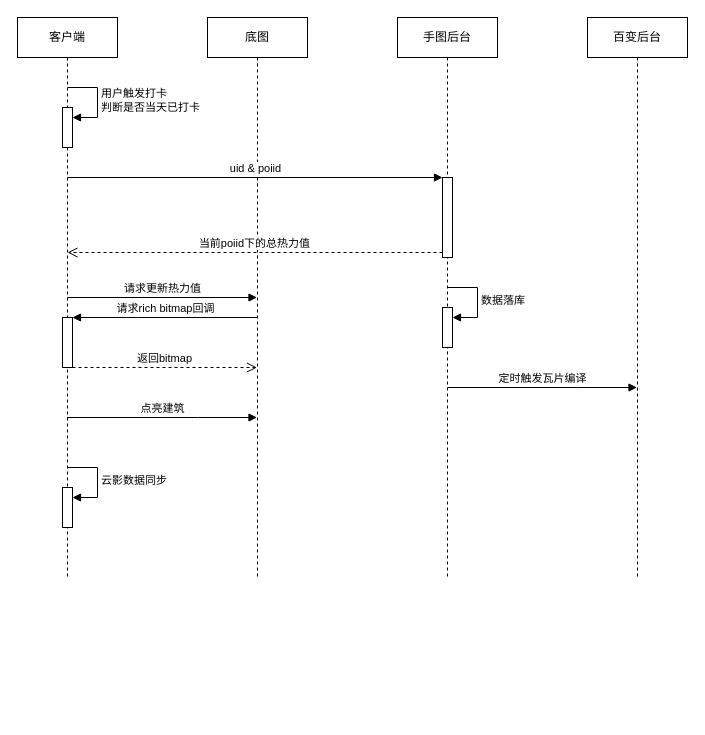
This is page "第 3 页" (3 of 3) of 10.0.drawio from wangziji/graphics, a draw.io file, before an edit. Source tidied: cells renumbered, new cells numbered last; positions are measured from the earlier drawing's top-left corner, leaving out a move shared by most shapes. Both pictures are drawn from the tidied source at 100%, with x=0, y=0 at pixel (17, 17).
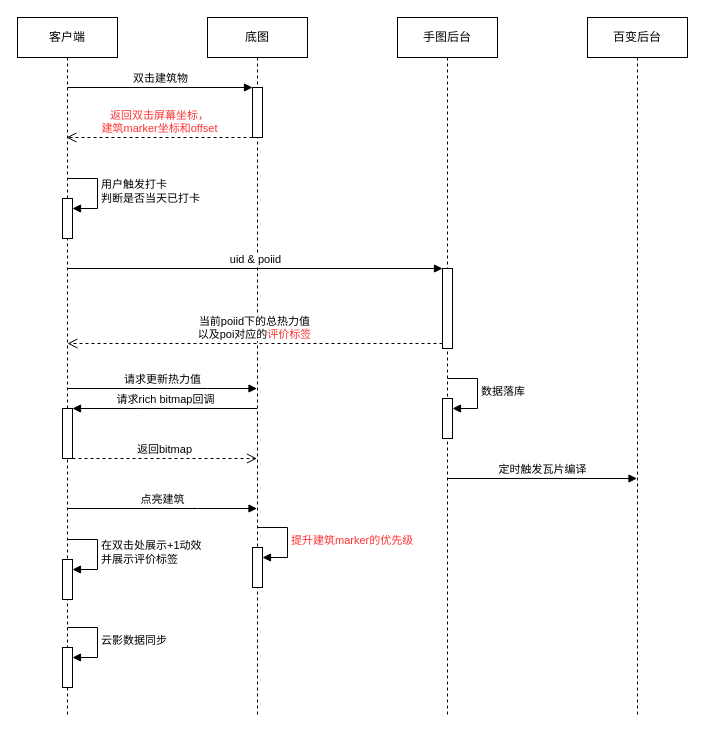
Above is the later version.

Change to the diagram source:
```diff
@@
     <mxCell id="2" value="客户端" style="shape=umlLifeline;perimeter=lifelinePerimeter;whiteSpace=wrap;html=1;outlineConnect=0;portConstraint=eastwest;newEdgeStyle={&quot;edgeStyle&quot;:&quot;elbowEdgeStyle&quot;,&quot;elbow&quot;:&quot;vertical&quot;,&quot;curved&quot;:0,&quot;rounded&quot;:0};" parent="1" vertex="1">
-      <mxGeometry width="100" height="560" as="geometry" />
+      <mxGeometry width="100" height="700" as="geometry" />
     </mxCell>
     <mxCell id="3" style="html=1;points=[];perimeter=orthogonalPerimeter;outlineConnect=0;targetShapes=umlLifeline;portConstraint=eastwest;newEdgeStyle={&quot;edgeStyle&quot;:&quot;elbowEdgeStyle&quot;,&quot;elbow&quot;:&quot;vertical&quot;,&quot;curved&quot;:0,&quot;rounded&quot;:0};" parent="2" vertex="1">
-      <mxGeometry x="45" y="90" width="10" height="40" as="geometry" />
+      <mxGeometry x="45" y="181" width="10" height="40" as="geometry" />
     </mxCell>
     <mxCell id="4" value="用户触发打卡&lt;br&gt;判断是否当天已打卡" style="html=1;align=left;spacingLeft=2;endArrow=block;rounded=0;edgeStyle=orthogonalEdgeStyle;curved=0;rounded=0;" parent="2" edge="1" target="3">
       <mxGeometry relative="1" as="geometry">
-        <mxPoint x="50" y="70" as="sourcePoint" />
+        <mxPoint x="50" y="161" as="sourcePoint" />
         <Array as="points">
-          <mxPoint x="80" y="100" />
+          <mxPoint x="80" y="191" />
         </Array>
       </mxGeometry>
     </mxCell>
     <mxCell id="5" style="html=1;points=[];perimeter=orthogonalPerimeter;outlineConnect=0;targetShapes=umlLifeline;portConstraint=eastwest;newEdgeStyle={&quot;edgeStyle&quot;:&quot;elbowEdgeStyle&quot;,&quot;elbow&quot;:&quot;vertical&quot;,&quot;curved&quot;:0,&quot;rounded&quot;:0};" parent="2" vertex="1">
-      <mxGeometry x="45" y="470" width="10" height="40" as="geometry" />
+      <mxGeometry x="45" y="630" width="10" height="40" as="geometry" />
     </mxCell>
     <mxCell id="6" value="云影数据同步" style="html=1;align=left;spacingLeft=2;endArrow=block;rounded=0;edgeStyle=orthogonalEdgeStyle;curved=0;rounded=0;" parent="2" edge="1" target="5">
       <mxGeometry relative="1" as="geometry">
-        <mxPoint x="50" y="450" as="sourcePoint" />
+        <mxPoint x="50" y="610" as="sourcePoint" />
         <Array as="points">
-          <mxPoint x="80" y="480" />
+          <mxPoint x="80" y="640" />
         </Array>
       </mxGeometry>
     </mxCell>
     <mxCell id="7" style="html=1;points=[];perimeter=orthogonalPerimeter;outlineConnect=0;targetShapes=umlLifeline;portConstraint=eastwest;newEdgeStyle={&quot;edgeStyle&quot;:&quot;elbowEdgeStyle&quot;,&quot;elbow&quot;:&quot;vertical&quot;,&quot;curved&quot;:0,&quot;rounded&quot;:0};" parent="2" vertex="1">
-      <mxGeometry x="45" y="300" width="10" height="50" as="geometry" />
+      <mxGeometry x="45" y="391" width="10" height="50" as="geometry" />
     </mxCell>
+    <mxCell id="21" style="html=1;points=[];perimeter=orthogonalPerimeter;outlineConnect=0;targetShapes=umlLifeline;portConstraint=eastwest;newEdgeStyle={&quot;edgeStyle&quot;:&quot;elbowEdgeStyle&quot;,&quot;elbow&quot;:&quot;vertical&quot;,&quot;curved&quot;:0,&quot;rounded&quot;:0};" parent="2" vertex="1">
+      <mxGeometry x="45" y="542" width="10" height="40" as="geometry" />
+    </mxCell>
+    <mxCell id="22" value="在双击处展示+1动效&lt;br&gt;并展示评价标签" style="html=1;align=left;spacingLeft=2;endArrow=block;rounded=0;edgeStyle=orthogonalEdgeStyle;curved=0;rounded=0;" parent="2" edge="1" target="21">
+      <mxGeometry relative="1" as="geometry">
+        <mxPoint x="50" y="522" as="sourcePoint" />
+        <Array as="points">
+          <mxPoint x="80" y="552" />
+        </Array>
+      </mxGeometry>
+    </mxCell>
     <mxCell id="8" value="底图" style="shape=umlLifeline;perimeter=lifelinePerimeter;whiteSpace=wrap;html=1;outlineConnect=0;portConstraint=eastwest;newEdgeStyle={&quot;edgeStyle&quot;:&quot;elbowEdgeStyle&quot;,&quot;elbow&quot;:&quot;vertical&quot;,&quot;curved&quot;:0,&quot;rounded&quot;:0};" parent="1" vertex="1">
-      <mxGeometry x="190" width="100" height="560" as="geometry" />
+      <mxGeometry x="190" width="100" height="700" as="geometry" />
     </mxCell>
+    <mxCell id="23" style="html=1;points=[];perimeter=orthogonalPerimeter;outlineConnect=0;targetShapes=umlLifeline;portConstraint=eastwest;newEdgeStyle={&quot;edgeStyle&quot;:&quot;elbowEdgeStyle&quot;,&quot;elbow&quot;:&quot;vertical&quot;,&quot;curved&quot;:0,&quot;rounded&quot;:0};" parent="8" vertex="1">
+      <mxGeometry x="45" y="70" width="10" height="50" as="geometry" />
+    </mxCell>
+    <mxCell id="24" style="html=1;points=[];perimeter=orthogonalPerimeter;outlineConnect=0;targetShapes=umlLifeline;portConstraint=eastwest;newEdgeStyle={&quot;edgeStyle&quot;:&quot;elbowEdgeStyle&quot;,&quot;elbow&quot;:&quot;vertical&quot;,&quot;curved&quot;:0,&quot;rounded&quot;:0};" parent="8" vertex="1">
+      <mxGeometry x="45" y="530" width="10" height="40" as="geometry" />
+    </mxCell>
+    <mxCell id="25" value="&lt;font color=&quot;#ff3333&quot;&gt;提升建筑marker的优先级&lt;/font&gt;" style="html=1;align=left;spacingLeft=2;endArrow=block;rounded=0;edgeStyle=orthogonalEdgeStyle;curved=0;rounded=0;" parent="8" edge="1" target="24">
+      <mxGeometry relative="1" as="geometry">
+        <mxPoint x="50" y="510" as="sourcePoint" />
+        <Array as="points">
+          <mxPoint x="80" y="540" />
+        </Array>
+      </mxGeometry>
+    </mxCell>
     <mxCell id="9" value="手图后台" style="shape=umlLifeline;perimeter=lifelinePerimeter;whiteSpace=wrap;html=1;newEdgeStyle={&quot;edgeStyle&quot;:&quot;elbowEdgeStyle&quot;,&quot;elbow&quot;:&quot;vertical&quot;,&quot;curved&quot;:0,&quot;rounded&quot;:0};" parent="1" vertex="1">
-      <mxGeometry x="380" width="100" height="560" as="geometry" />
+      <mxGeometry x="380" width="100" height="700" as="geometry" />
     </mxCell>
     <mxCell id="10" style="html=1;points=[];perimeter=orthogonalPerimeter;outlineConnect=0;targetShapes=umlLifeline;portConstraint=eastwest;newEdgeStyle={&quot;edgeStyle&quot;:&quot;elbowEdgeStyle&quot;,&quot;elbow&quot;:&quot;vertical&quot;,&quot;curved&quot;:0,&quot;rounded&quot;:0};" parent="9" vertex="1">
-      <mxGeometry x="45" y="160" width="10" height="80" as="geometry" />
+      <mxGeometry x="45" y="251" width="10" height="80" as="geometry" />
     </mxCell>
     <mxCell id="11" style="html=1;points=[];perimeter=orthogonalPerimeter;outlineConnect=0;targetShapes=umlLifeline;portConstraint=eastwest;newEdgeStyle={&quot;edgeStyle&quot;:&quot;elbowEdgeStyle&quot;,&quot;elbow&quot;:&quot;vertical&quot;,&quot;curved&quot;:0,&quot;rounded&quot;:0};" parent="9" vertex="1">
-      <mxGeometry x="45" y="290" width="10" height="40" as="geometry" />
+      <mxGeometry x="45" y="381" width="10" height="40" as="geometry" />
     </mxCell>
     <mxCell id="12" value="数据落库" style="html=1;align=left;spacingLeft=2;endArrow=block;rounded=0;edgeStyle=orthogonalEdgeStyle;curved=0;rounded=0;" parent="9" edge="1" target="11">
       <mxGeometry relative="1" as="geometry">
-        <mxPoint x="50" y="270" as="sourcePoint" />
+        <mxPoint x="50" y="361" as="sourcePoint" />
         <Array as="points">
-          <mxPoint x="80" y="300" />
+          <mxPoint x="80" y="391" />
         </Array>
       </mxGeometry>
     </mxCell>
     <mxCell id="13" value="百变后台" style="shape=umlLifeline;perimeter=lifelinePerimeter;whiteSpace=wrap;html=1;outlineConnect=0;portConstraint=eastwest;newEdgeStyle={&quot;edgeStyle&quot;:&quot;elbowEdgeStyle&quot;,&quot;elbow&quot;:&quot;vertical&quot;,&quot;curved&quot;:0,&quot;rounded&quot;:0};" parent="1" vertex="1">
-      <mxGeometry x="570" width="100" height="560" as="geometry" />
+      <mxGeometry x="570" width="100" height="700" as="geometry" />
     </mxCell>
     <mxCell id="14" value="uid &amp;amp; poiid" style="html=1;verticalAlign=bottom;endArrow=block;edgeStyle=elbowEdgeStyle;elbow=vertical;curved=0;rounded=0;" parent="1" edge="1" target="10">
       <mxGeometry relative="1" as="geometry">
-        <mxPoint x="50" y="160" as="sourcePoint" />
+        <mxPoint x="50" y="251" as="sourcePoint" />
       </mxGeometry>
     </mxCell>
-    <mxCell id="15" value="当前poiid下的总热力值" style="html=1;verticalAlign=bottom;endArrow=open;dashed=1;endSize=8;edgeStyle=elbowEdgeStyle;elbow=vertical;curved=0;rounded=0;" parent="1" edge="1" source="10">
+    <mxCell id="15" value="当前poiid下的总热力值&lt;br&gt;以及poi对应的&lt;font color=&quot;#ff3333&quot;&gt;评价标签&lt;/font&gt;" style="html=1;verticalAlign=bottom;endArrow=open;dashed=1;endSize=8;edgeStyle=elbowEdgeStyle;elbow=vertical;curved=0;rounded=0;" parent="1" edge="1" source="10">
       <mxGeometry relative="1" as="geometry">
-        <mxPoint x="50" y="235" as="targetPoint" />
+        <mxPoint x="50" y="326" as="targetPoint" />
       </mxGeometry>
     </mxCell>
-    <mxCell id="16" value="定时触发瓦片编译" style="html=1;verticalAlign=bottom;endArrow=block;edgeStyle=elbowEdgeStyle;elbow=vertical;curved=0;rounded=0;" parent="1" edge="1" target="13">
+    <mxCell id="16" value="定时触发瓦片编译" style="html=1;verticalAlign=bottom;endArrow=block;edgeStyle=elbowEdgeStyle;elbow=vertical;curved=0;rounded=0;" parent="1" edge="1">
       <mxGeometry relative="1" as="geometry">
-        <mxPoint x="430" y="370" as="sourcePoint" />
+        <mxPoint x="430" y="461" as="sourcePoint" />
+        <mxPoint x="619.5" y="461" as="targetPoint" />
         <Array as="points">
-          <mxPoint x="560" y="370" />
+          <mxPoint x="560" y="461" />
         </Array>
       </mxGeometry>
     </mxCell>
-    <mxCell id="17" value="请求更新热力值" style="html=1;verticalAlign=bottom;endArrow=block;edgeStyle=elbowEdgeStyle;elbow=vertical;curved=0;rounded=0;" parent="1" edge="1" target="8">
+    <mxCell id="17" value="请求更新热力值" style="html=1;verticalAlign=bottom;endArrow=block;edgeStyle=elbowEdgeStyle;elbow=vertical;curved=0;rounded=0;" parent="1" edge="1">
       <mxGeometry relative="1" as="geometry">
-        <mxPoint x="50" y="280" as="sourcePoint" />
+        <mxPoint x="50" y="371" as="sourcePoint" />
+        <mxPoint x="239.5" y="371" as="targetPoint" />
         <Array as="points">
-          <mxPoint x="190" y="280" />
+          <mxPoint x="190" y="371" />
         </Array>
       </mxGeometry>
     </mxCell>
-    <mxCell id="18" value="点亮建筑" style="html=1;verticalAlign=bottom;endArrow=block;edgeStyle=elbowEdgeStyle;elbow=vertical;curved=0;rounded=0;" parent="1" edge="1" source="2" target="8">
+    <mxCell id="18" value="点亮建筑" style="html=1;verticalAlign=bottom;endArrow=block;edgeStyle=elbowEdgeStyle;elbow=vertical;curved=0;rounded=0;" parent="1" edge="1">
       <mxGeometry relative="1" as="geometry">
+        <mxPoint x="49.5" y="491" as="sourcePoint" />
+        <mxPoint x="239.5" y="491" as="targetPoint" />
         <Array as="points">
-          <mxPoint x="180" y="400" />
+          <mxPoint x="180" y="491" />
         </Array>
       </mxGeometry>
     </mxCell>
-    <mxCell id="19" value="返回bitmap" style="html=1;verticalAlign=bottom;endArrow=open;dashed=1;endSize=8;edgeStyle=elbowEdgeStyle;elbow=vertical;curved=0;rounded=0;" parent="1" edge="1" source="7" target="8">
+    <mxCell id="19" value="返回bitmap" style="html=1;verticalAlign=bottom;endArrow=open;dashed=1;endSize=8;edgeStyle=elbowEdgeStyle;elbow=vertical;curved=0;rounded=0;" parent="1" edge="1" source="7">
       <mxGeometry relative="1" as="geometry">
+        <mxPoint x="239.5" y="441" as="targetPoint" />
         <Array as="points">
-          <mxPoint x="120" y="350" />
+          <mxPoint x="120" y="441" />
         </Array>
       </mxGeometry>
     </mxCell>
-    <mxCell id="20" value="请求rich bitmap回调" style="html=1;verticalAlign=bottom;endArrow=block;edgeStyle=elbowEdgeStyle;elbow=vertical;curved=0;rounded=0;" parent="1" edge="1" source="8" target="7">
+    <mxCell id="20" value="请求rich bitmap回调" style="html=1;verticalAlign=bottom;endArrow=block;edgeStyle=elbowEdgeStyle;elbow=vertical;curved=0;rounded=0;" parent="1" edge="1" target="7">
       <mxGeometry relative="1" as="geometry">
+        <mxPoint x="239.5" y="391" as="sourcePoint" />
         <Array as="points">
-          <mxPoint x="120" y="300" />
+          <mxPoint x="120" y="391" />
         </Array>
       </mxGeometry>
     </mxCell>
+    <mxCell id="26" value="双击建筑物" style="html=1;verticalAlign=bottom;endArrow=block;edgeStyle=elbowEdgeStyle;elbow=vertical;curved=0;rounded=0;" parent="1" edge="1" target="23">
+      <mxGeometry relative="1" as="geometry">
+        <mxPoint x="50" y="70" as="sourcePoint" />
+      </mxGeometry>
+    </mxCell>
+    <mxCell id="27" value="&lt;font color=&quot;#ff3333&quot;&gt;返回双击屏幕坐标，&lt;br&gt;建筑marker坐标和offset&lt;/font&gt;" style="html=1;verticalAlign=bottom;endArrow=open;dashed=1;endSize=8;edgeStyle=elbowEdgeStyle;elbow=vertical;curved=0;rounded=0;entryX=0.489;entryY=0.171;entryDx=0;entryDy=0;entryPerimeter=0;" parent="1" edge="1" source="23" target="2">
+      <mxGeometry relative="1" as="geometry">
+        <Array as="points">
+          <mxPoint x="90" y="120" />
+        </Array>
+      </mxGeometry>
+    </mxCell>
```
